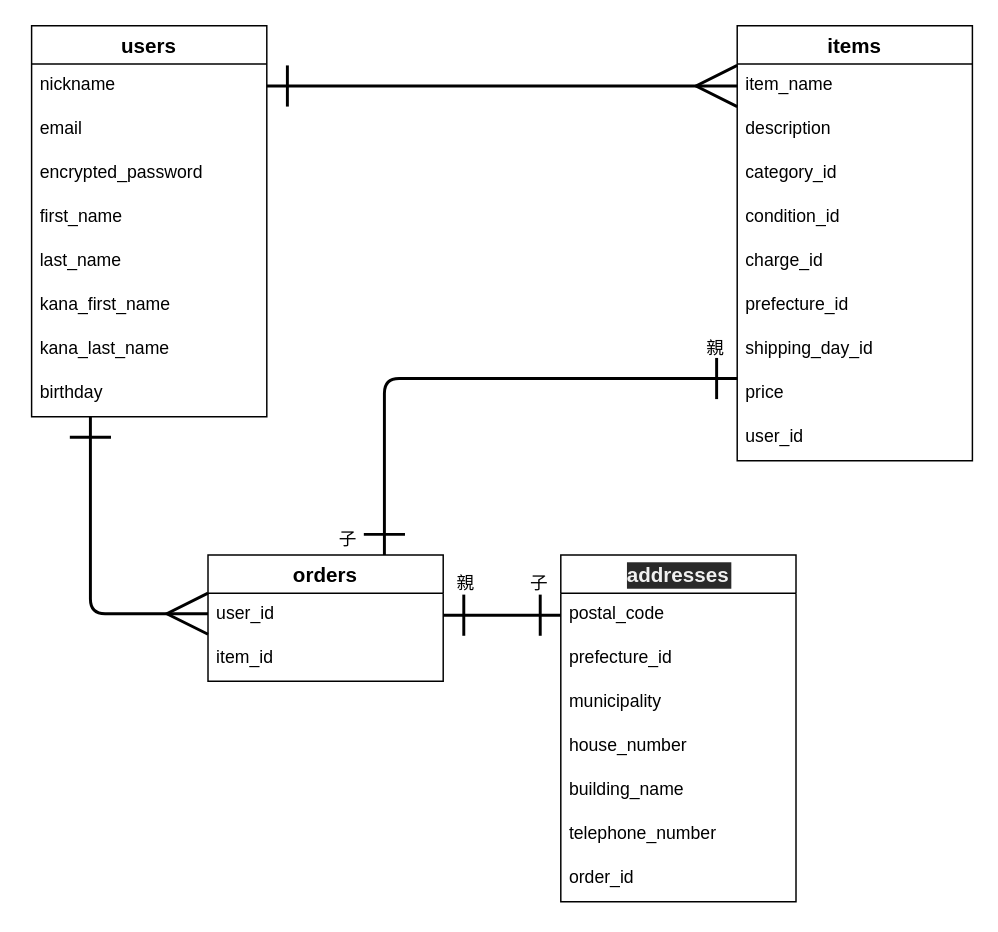
malvart/furima-20973 keeps this draw.io diagram as furima.dio. Above is the earlier version. Source tidied: cells renumbered, new cells numbered last; positions are measured from the earlier drawing's top-left corner, leaving out a move shared by most shapes. Both pictures are drawn from the tidied source at 147%, with x=0, y=0 at pixel (31, 25).
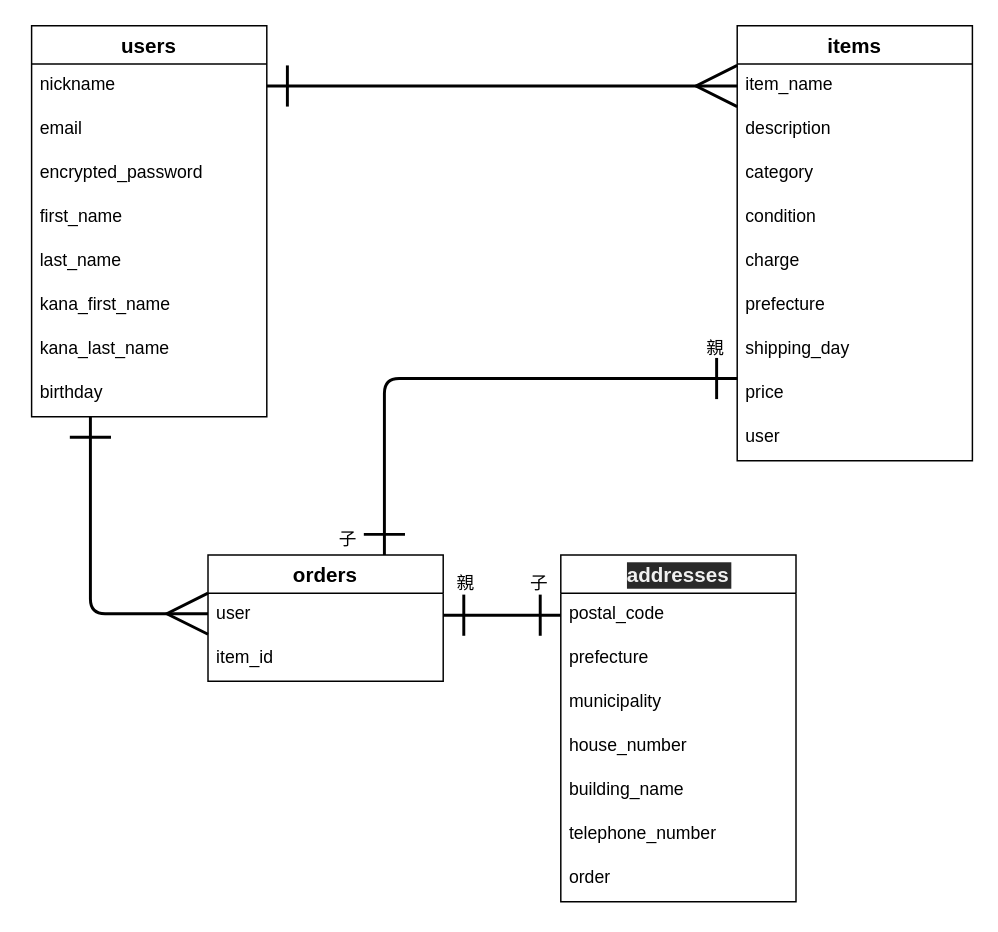
After the change.

The change refers to these unchanged cells:
```xml
<mxCell id="13" value="items" style="swimlane;fontStyle=1;horizontal=1;startSize=26;align=center;fontSize=14;" parent="1" vertex="1">
  <mxGeometry x="480" width="160" height="296" as="geometry" />
</mxCell>
<mxCell id="24" value="orders" style="swimlane;fontStyle=1;horizontal=1;startSize=26;align=center;fontSize=14;" parent="1" vertex="1">
  <mxGeometry x="120" y="360" width="160" height="86" as="geometry" />
</mxCell>
<mxCell id="29" value="addresses" style="swimlane;fontStyle=1;horizontal=1;startSize=26;align=center;fontSize=14;labelBackgroundColor=#2A2A2A;fontColor=#F0F0F0;strokeColor=default;" parent="1" vertex="1">
  <mxGeometry x="360" y="360" width="160" height="236" as="geometry" />
</mxCell>
```

Diff of the diagram source:
```diff
@@
-    <mxCell id="16" value="category_id" style="text;strokeColor=none;fillColor=none;spacingLeft=4;spacingRight=4;overflow=hidden;fontSize=12;" parent="13" vertex="1">
+    <mxCell id="16" value="category" style="text;strokeColor=none;fillColor=none;spacingLeft=4;spacingRight=4;overflow=hidden;fontSize=12;" parent="13" vertex="1">
       <mxGeometry y="86" width="160" height="30" as="geometry" />
     </mxCell>
-    <mxCell id="17" value="condition_id" style="text;strokeColor=none;fillColor=none;spacingLeft=4;spacingRight=4;overflow=hidden;fontSize=12;" parent="13" vertex="1">
+    <mxCell id="17" value="condition" style="text;strokeColor=none;fillColor=none;spacingLeft=4;spacingRight=4;overflow=hidden;fontSize=12;" parent="13" vertex="1">
       <mxGeometry y="116" width="160" height="30" as="geometry" />
     </mxCell>
-    <mxCell id="18" value="charge_id" style="text;strokeColor=none;fillColor=none;spacingLeft=4;spacingRight=4;overflow=hidden;fontSize=12;" parent="13" vertex="1">
+    <mxCell id="18" value="charge" style="text;strokeColor=none;fillColor=none;spacingLeft=4;spacingRight=4;overflow=hidden;fontSize=12;" parent="13" vertex="1">
       <mxGeometry y="146" width="160" height="30" as="geometry" />
     </mxCell>
-    <mxCell id="19" value="prefecture_id" style="text;strokeColor=none;fillColor=none;spacingLeft=4;spacingRight=4;overflow=hidden;fontSize=12;" parent="13" vertex="1">
+    <mxCell id="19" value="prefecture" style="text;strokeColor=none;fillColor=none;spacingLeft=4;spacingRight=4;overflow=hidden;fontSize=12;" parent="13" vertex="1">
       <mxGeometry y="176" width="160" height="30" as="geometry" />
     </mxCell>
-    <mxCell id="20" value="shipping_day_id" style="text;strokeColor=none;fillColor=none;spacingLeft=4;spacingRight=4;overflow=hidden;fontSize=12;" parent="13" vertex="1">
+    <mxCell id="20" value="shipping_day" style="text;strokeColor=none;fillColor=none;spacingLeft=4;spacingRight=4;overflow=hidden;fontSize=12;" parent="13" vertex="1">
       <mxGeometry y="206" width="160" height="30" as="geometry" />
     </mxCell>
@@
-    <mxCell id="22" value="user_id" style="text;strokeColor=none;fillColor=none;spacingLeft=4;spacingRight=4;overflow=hidden;fontSize=12;" parent="13" vertex="1">
+    <mxCell id="22" value="user" style="text;strokeColor=none;fillColor=none;spacingLeft=4;spacingRight=4;overflow=hidden;fontSize=12;" parent="13" vertex="1">
       <mxGeometry y="266" width="160" height="30" as="geometry" />
     </mxCell>
@@
-    <mxCell id="25" value="user_id" style="text;strokeColor=none;fillColor=none;spacingLeft=4;spacingRight=4;overflow=hidden;points=[[0,0.5],[1,0.5]];portConstraint=eastwest;fontSize=12;" parent="24" vertex="1">
+    <mxCell id="25" value="user" style="text;strokeColor=none;fillColor=none;spacingLeft=4;spacingRight=4;overflow=hidden;points=[[0,0.5],[1,0.5]];portConstraint=eastwest;fontSize=12;" parent="24" vertex="1">
       <mxGeometry y="26" width="160" height="30" as="geometry" />
     </mxCell>
@@
-    <mxCell id="31" value="prefecture_id" style="text;strokeColor=none;fillColor=none;spacingLeft=4;spacingRight=4;overflow=hidden;fontSize=12;" parent="29" vertex="1">
+    <mxCell id="31" value="prefecture" style="text;strokeColor=none;fillColor=none;spacingLeft=4;spacingRight=4;overflow=hidden;fontSize=12;" parent="29" vertex="1">
       <mxGeometry y="56" width="160" height="30" as="geometry" />
     </mxCell>
@@
-    <mxCell id="36" value="order_id" style="text;strokeColor=none;fillColor=none;spacingLeft=4;spacingRight=4;overflow=hidden;fontSize=12;" parent="29" vertex="1">
+    <mxCell id="36" value="order" style="text;strokeColor=none;fillColor=none;spacingLeft=4;spacingRight=4;overflow=hidden;fontSize=12;" parent="29" vertex="1">
       <mxGeometry y="206" width="160" height="30" as="geometry" />
     </mxCell>
```
